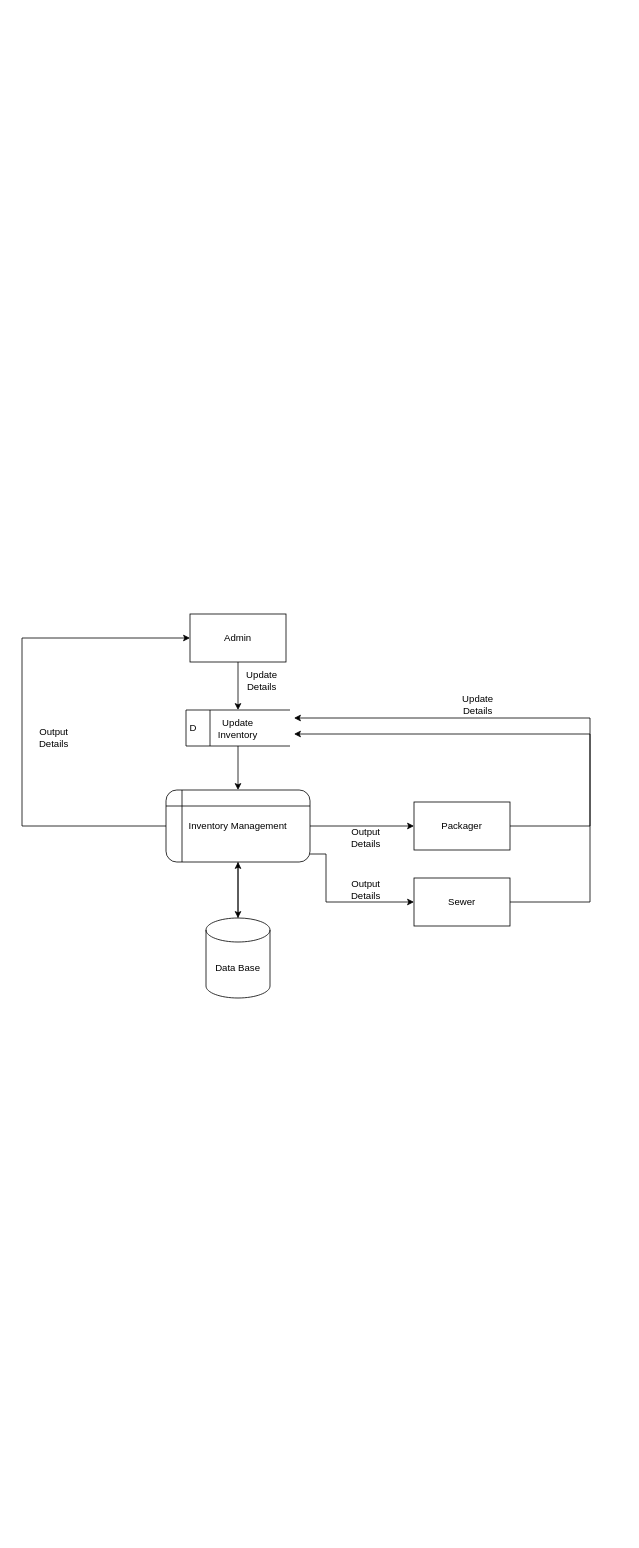
Earlier version of the draw.io diagram page "Level 2 DFD (Inventory Management)" (4 of 10) of DFD DIAGRAMS.drawio (BryanFabellore/Team_SPOTLIGHT). Source tidied: cells renumbered, new cells numbered last; positions are measured from the earlier drawing's top-left corner, leaving out a move shared by most shapes. Both pictures are drawn from the tidied source at 80%, with x=0, y=0 at pixel (22, 614).
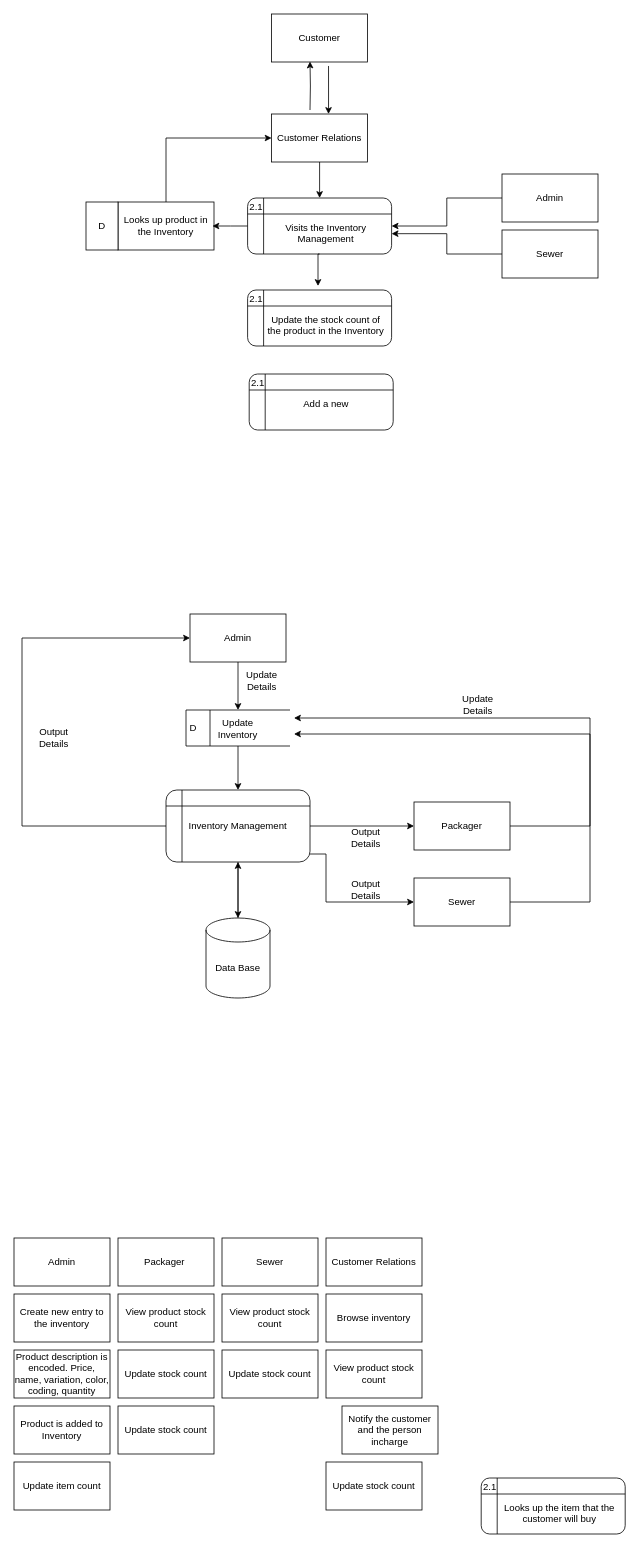
After the change.

The edit, as a diff of the source:
```diff
@@
+    <mxCell id="24" style="group;" parent="1" vertex="1">
+      <mxGeometry x="278" y="-520" width="184" height="70" as="geometry" />
+    </mxCell>
+    <mxCell id="25" style="shape=internalStorage;whiteSpace=wrap;html=1;backgroundOutline=1;rounded=1;strokeColor=default;fontFamily=Helvetica;fontSize=12;fontColor=default;fillColor=#FFFFFF;" parent="24" vertex="1">
+      <mxGeometry x="4" width="180" height="70" as="geometry" />
+    </mxCell>
+    <mxCell id="26" value="2.1" style="text;html=1;strokeColor=none;fillColor=none;align=center;verticalAlign=middle;whiteSpace=wrap;rounded=0;" parent="24" vertex="1">
+      <mxGeometry y="1" width="30" height="20" as="geometry" />
+    </mxCell>
+    <mxCell id="27" value="Visits the Inventory Management" style="text;whiteSpace=wrap;html=1;align=center;" parent="24" vertex="1">
+      <mxGeometry x="27" y="24" width="150" height="40" as="geometry" />
+    </mxCell>
+    <mxCell id="28" style="edgeStyle=orthogonalEdgeStyle;rounded=0;jettySize=auto;html=1;entryX=1;entryY=0.5;entryDx=0;entryDy=0;" parent="1" edge="1" source="29" target="25">
+      <mxGeometry relative="1" as="geometry" />
+    </mxCell>
+    <mxCell id="29" value="Admin" style="rounded=0;whiteSpace=wrap;html=1;strokeColor=default;fontFamily=Helvetica;fontSize=12;fontColor=default;fillColor=#FFFFFF;" parent="1" vertex="1">
+      <mxGeometry x="600" y="-550" width="120" height="60" as="geometry" />
+    </mxCell>
+    <mxCell id="30" style="edgeStyle=orthogonalEdgeStyle;rounded=0;jettySize=auto;html=1;entryX=1;entryY=0.637;entryDx=0;entryDy=0;entryPerimeter=0;" parent="1" edge="1" source="31" target="25">
+      <mxGeometry relative="1" as="geometry" />
+    </mxCell>
+    <mxCell id="31" value="Sewer" style="rounded=0;whiteSpace=wrap;html=1;strokeColor=default;fontFamily=Helvetica;fontSize=12;fontColor=default;fillColor=#FFFFFF;" parent="1" vertex="1">
+      <mxGeometry x="600" y="-480" width="120" height="60" as="geometry" />
+    </mxCell>
+    <mxCell id="32" style="edgeStyle=orthogonalEdgeStyle;rounded=0;jettySize=auto;html=1;entryX=0.4;entryY=0.99;entryDx=0;entryDy=0;entryPerimeter=0;" parent="1" edge="1" target="39">
+      <mxGeometry relative="1" as="geometry">
+        <mxPoint x="360" y="-630" as="sourcePoint" />
+      </mxGeometry>
+    </mxCell>
+    <mxCell id="33" style="edgeStyle=orthogonalEdgeStyle;rounded=0;jettySize=auto;html=1;entryX=0.5;entryY=0;entryDx=0;entryDy=0;" parent="1" edge="1" source="34" target="25">
+      <mxGeometry relative="1" as="geometry" />
+    </mxCell>
+    <mxCell id="34" value="Customer Relations" style="rounded=0;whiteSpace=wrap;html=1;strokeColor=default;fontFamily=Helvetica;fontSize=12;fontColor=default;fillColor=#FFFFFF;" parent="1" vertex="1">
+      <mxGeometry x="312" y="-625" width="120" height="60" as="geometry" />
+    </mxCell>
+    <mxCell id="35" style="group;" parent="1" vertex="1">
+      <mxGeometry x="80" y="-515" width="160" height="60" as="geometry" />
+    </mxCell>
+    <mxCell id="36" value="Looks up product in the Inventory" style="rounded=0;whiteSpace=wrap;html=1;strokeColor=default;fontFamily=Helvetica;fontSize=12;fontColor=default;fillColor=#FFFFFF;" parent="35" vertex="1">
+      <mxGeometry x="40" width="120" height="60" as="geometry" />
+    </mxCell>
+    <mxCell id="37" value="D" style="rounded=0;whiteSpace=wrap;html=1;strokeColor=default;fontFamily=Helvetica;fontSize=12;fontColor=default;fillColor=#FFFFFF;" parent="35" vertex="1">
+      <mxGeometry width="40" height="60" as="geometry" />
+    </mxCell>
+    <mxCell id="38" style="edgeStyle=orthogonalEdgeStyle;rounded=0;jettySize=auto;html=1;exitX=0.593;exitY=1.083;exitDx=0;exitDy=0;entryX=0.593;entryY=0;entryDx=0;entryDy=0;exitPerimeter=0;entryPerimeter=0;" parent="1" edge="1" source="39" target="34">
+      <mxGeometry relative="1" as="geometry">
+        <Array as="points">
+          <mxPoint x="383" y="-650" />
+          <mxPoint x="383" y="-650" />
+        </Array>
+      </mxGeometry>
+    </mxCell>
+    <mxCell id="39" value="Customer" style="rounded=0;whiteSpace=wrap;html=1;strokeColor=default;fontFamily=Helvetica;fontSize=12;fontColor=default;fillColor=#FFFFFF;" parent="1" vertex="1">
+      <mxGeometry x="312" y="-750" width="120" height="60" as="geometry" />
+    </mxCell>
+    <mxCell id="40" style="group;" parent="1" vertex="1">
+      <mxGeometry x="280" y="-300" width="184" height="70" as="geometry" />
+    </mxCell>
+    <mxCell id="41" style="shape=internalStorage;whiteSpace=wrap;html=1;backgroundOutline=1;rounded=1;strokeColor=default;fontFamily=Helvetica;fontSize=12;fontColor=default;fillColor=#FFFFFF;" parent="40" vertex="1">
+      <mxGeometry x="4" width="180" height="70" as="geometry" />
+    </mxCell>
+    <mxCell id="42" value="2.1" style="text;html=1;strokeColor=none;fillColor=none;align=center;verticalAlign=middle;whiteSpace=wrap;rounded=0;" parent="40" vertex="1">
+      <mxGeometry y="1" width="30" height="20" as="geometry" />
+    </mxCell>
+    <mxCell id="43" value="Add a new&amp;nbsp;" style="text;whiteSpace=wrap;html=1;align=center;" parent="40" vertex="1">
+      <mxGeometry x="27" y="24" width="150" height="40" as="geometry" />
+    </mxCell>
+    <mxCell id="44" style="edgeStyle=orthogonalEdgeStyle;rounded=0;jettySize=auto;html=1;exitX=0;exitY=0.5;exitDx=0;exitDy=0;" parent="1" edge="1" source="25">
+      <mxGeometry relative="1" as="geometry">
+        <mxPoint x="238" y="-485" as="targetPoint" />
+      </mxGeometry>
+    </mxCell>
+    <mxCell id="45" style="edgeStyle=orthogonalEdgeStyle;rounded=0;jettySize=auto;html=1;entryX=0;entryY=0.5;entryDx=0;entryDy=0;" parent="1" edge="1" source="36" target="34">
+      <mxGeometry relative="1" as="geometry">
+        <Array as="points">
+          <mxPoint x="180" y="-595" />
+        </Array>
+      </mxGeometry>
+    </mxCell>
+    <mxCell id="46" style="group;" parent="1" vertex="1">
+      <mxGeometry x="278" y="-405" width="184" height="70" as="geometry" />
+    </mxCell>
+    <mxCell id="47" style="shape=internalStorage;whiteSpace=wrap;html=1;backgroundOutline=1;rounded=1;strokeColor=default;fontFamily=Helvetica;fontSize=12;fontColor=default;fillColor=#FFFFFF;" parent="46" vertex="1">
+      <mxGeometry x="4" width="180" height="70" as="geometry" />
+    </mxCell>
+    <mxCell id="48" value="2.1" style="text;html=1;strokeColor=none;fillColor=none;align=center;verticalAlign=middle;whiteSpace=wrap;rounded=0;" parent="46" vertex="1">
+      <mxGeometry y="1" width="30" height="20" as="geometry" />
+    </mxCell>
+    <mxCell id="49" value="Update the stock count of the product in the Inventory" style="text;whiteSpace=wrap;html=1;align=center;" parent="46" vertex="1">
+      <mxGeometry x="27" y="24" width="150" height="40" as="geometry" />
+    </mxCell>
+    <mxCell id="50" style="edgeStyle=orthogonalEdgeStyle;rounded=0;orthogonalLoop=1;jettySize=auto;html=1;" parent="1" edge="1">
+      <mxGeometry relative="1" as="geometry">
+        <mxPoint x="372" y="-450" as="sourcePoint" />
+        <mxPoint x="370" y="-410" as="targetPoint" />
+        <Array as="points">
+          <mxPoint x="370" y="-450" />
+        </Array>
+      </mxGeometry>
+    </mxCell>
+    <mxCell id="51" value="Admin" style="rounded=0;whiteSpace=wrap;html=1;strokeColor=default;fontFamily=Helvetica;fontSize=12;fontColor=default;fillColor=#FFFFFF;" parent="1" vertex="1">
+      <mxGeometry x="-10" y="780" width="120" height="60" as="geometry" />
+    </mxCell>
+    <mxCell id="52" value="Packager&amp;nbsp;" style="rounded=0;whiteSpace=wrap;html=1;strokeColor=default;fontFamily=Helvetica;fontSize=12;fontColor=default;fillColor=#FFFFFF;" parent="1" vertex="1">
+      <mxGeometry x="120" y="780" width="120" height="60" as="geometry" />
+    </mxCell>
+    <mxCell id="53" value="Sewer" style="rounded=0;whiteSpace=wrap;html=1;strokeColor=default;fontFamily=Helvetica;fontSize=12;fontColor=default;fillColor=#FFFFFF;" parent="1" vertex="1">
+      <mxGeometry x="250" y="780" width="120" height="60" as="geometry" />
+    </mxCell>
+    <mxCell id="54" value="Customer Relations" style="rounded=0;whiteSpace=wrap;html=1;strokeColor=default;fontFamily=Helvetica;fontSize=12;fontColor=default;fillColor=#FFFFFF;" parent="1" vertex="1">
+      <mxGeometry x="380" y="780" width="120" height="60" as="geometry" />
+    </mxCell>
+    <mxCell id="55" style="group;" parent="1" vertex="1">
+      <mxGeometry x="570" y="1080" width="184" height="70" as="geometry" />
+    </mxCell>
+    <mxCell id="56" style="shape=internalStorage;whiteSpace=wrap;html=1;backgroundOutline=1;rounded=1;strokeColor=default;fontFamily=Helvetica;fontSize=12;fontColor=default;fillColor=#FFFFFF;" parent="55" vertex="1">
+      <mxGeometry x="4" width="180" height="70" as="geometry" />
+    </mxCell>
+    <mxCell id="57" value="2.1" style="text;html=1;strokeColor=none;fillColor=none;align=center;verticalAlign=middle;whiteSpace=wrap;rounded=0;" parent="55" vertex="1">
+      <mxGeometry y="1" width="30" height="20" as="geometry" />
+    </mxCell>
+    <mxCell id="58" value="Looks up the item that the customer will buy" style="text;whiteSpace=wrap;html=1;align=center;" parent="55" vertex="1">
+      <mxGeometry x="27" y="24" width="150" height="40" as="geometry" />
+    </mxCell>
+    <mxCell id="59" value="View product stock count" style="rounded=0;whiteSpace=wrap;html=1;strokeColor=default;fontFamily=Helvetica;fontSize=12;fontColor=default;fillColor=#FFFFFF;" parent="1" vertex="1">
+      <mxGeometry x="380" y="920" width="120" height="60" as="geometry" />
+    </mxCell>
+    <mxCell id="60" value="Update stock count" style="rounded=0;whiteSpace=wrap;html=1;strokeColor=default;fontFamily=Helvetica;fontSize=12;fontColor=default;fillColor=#FFFFFF;" parent="1" vertex="1">
+      <mxGeometry x="380" y="1060" width="120" height="60" as="geometry" />
+    </mxCell>
+    <mxCell id="61" value="Browse inventory" style="rounded=0;whiteSpace=wrap;html=1;strokeColor=default;fontFamily=Helvetica;fontSize=12;fontColor=default;fillColor=#FFFFFF;" parent="1" vertex="1">
+      <mxGeometry x="380" y="850" width="120" height="60" as="geometry" />
+    </mxCell>
+    <mxCell id="62" value="Product description is encoded. Price, name, variation, color, coding, quantity" style="rounded=0;whiteSpace=wrap;html=1;strokeColor=default;fontFamily=Helvetica;fontSize=12;fontColor=default;fillColor=#FFFFFF;" parent="1" vertex="1">
+      <mxGeometry x="-10" y="920" width="120" height="60" as="geometry" />
+    </mxCell>
+    <mxCell id="63" value="Update item count" style="rounded=0;whiteSpace=wrap;html=1;strokeColor=default;fontFamily=Helvetica;fontSize=12;fontColor=default;fillColor=#FFFFFF;" parent="1" vertex="1">
+      <mxGeometry x="-10" y="1060" width="120" height="60" as="geometry" />
+    </mxCell>
+    <mxCell id="64" value="Create new entry to the inventory" style="rounded=0;whiteSpace=wrap;html=1;strokeColor=default;fontFamily=Helvetica;fontSize=12;fontColor=default;fillColor=#FFFFFF;" parent="1" vertex="1">
+      <mxGeometry x="-10" y="850" width="120" height="60" as="geometry" />
+    </mxCell>
+    <mxCell id="65" value="Product is added to Inventory" style="rounded=0;whiteSpace=wrap;html=1;strokeColor=default;fontFamily=Helvetica;fontSize=12;fontColor=default;fillColor=#FFFFFF;" parent="1" vertex="1">
+      <mxGeometry x="-10" y="990" width="120" height="60" as="geometry" />
+    </mxCell>
+    <mxCell id="66" value="Notify the customer and the person incharge" style="rounded=0;whiteSpace=wrap;html=1;strokeColor=default;fontFamily=Helvetica;fontSize=12;fontColor=default;fillColor=#FFFFFF;" parent="1" vertex="1">
+      <mxGeometry x="400" y="990" width="120" height="60" as="geometry" />
+    </mxCell>
+    <mxCell id="67" value="View product stock count" style="rounded=0;whiteSpace=wrap;html=1;strokeColor=default;fontFamily=Helvetica;fontSize=12;fontColor=default;fillColor=#FFFFFF;" parent="1" vertex="1">
+      <mxGeometry x="250" y="850" width="120" height="60" as="geometry" />
+    </mxCell>
+    <mxCell id="68" value="Update stock count" style="rounded=0;whiteSpace=wrap;html=1;strokeColor=default;fontFamily=Helvetica;fontSize=12;fontColor=default;fillColor=#FFFFFF;" parent="1" vertex="1">
+      <mxGeometry x="250" y="920" width="120" height="60" as="geometry" />
+    </mxCell>
+    <mxCell id="69" value="View product stock count" style="rounded=0;whiteSpace=wrap;html=1;strokeColor=default;fontFamily=Helvetica;fontSize=12;fontColor=default;fillColor=#FFFFFF;" parent="1" vertex="1">
+      <mxGeometry x="120" y="850" width="120" height="60" as="geometry" />
+    </mxCell>
+    <mxCell id="70" value="Update stock count" style="rounded=0;whiteSpace=wrap;html=1;strokeColor=default;fontFamily=Helvetica;fontSize=12;fontColor=default;fillColor=#FFFFFF;" parent="1" vertex="1">
+      <mxGeometry x="120" y="920" width="120" height="60" as="geometry" />
+    </mxCell>
+    <mxCell id="71" value="Update stock count" style="rounded=0;whiteSpace=wrap;html=1;strokeColor=default;fontFamily=Helvetica;fontSize=12;fontColor=default;fillColor=#FFFFFF;" parent="1" vertex="1">
+      <mxGeometry x="120" y="990" width="120" height="60" as="geometry" />
+    </mxCell>
```
